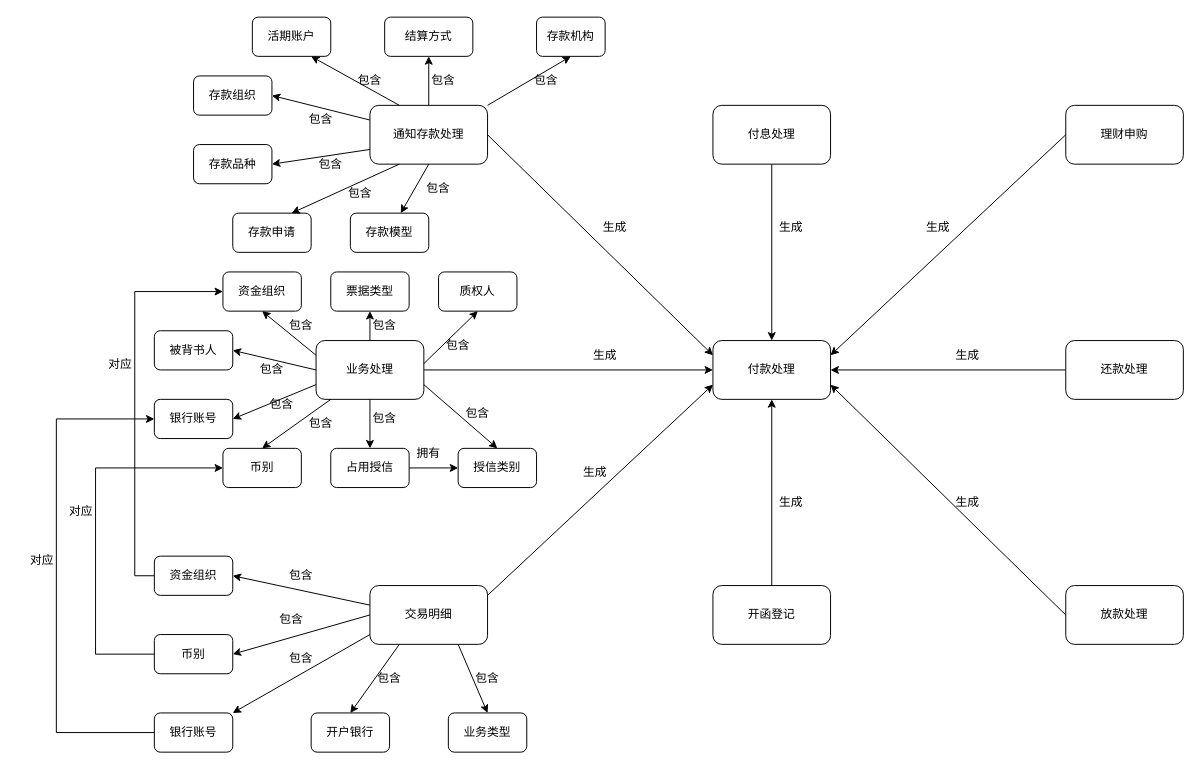
Alphathur/diagram keeps this draw.io diagram as 概念模型2.drawio. Above is the earlier version. Source tidied: cells renumbered, new cells numbered last; positions are measured from the earlier drawing's top-left corner, leaving out a move shared by most shapes. Both pictures are drawn from the tidied source at 98%, with x=0, y=0 at pixel (17, 17).
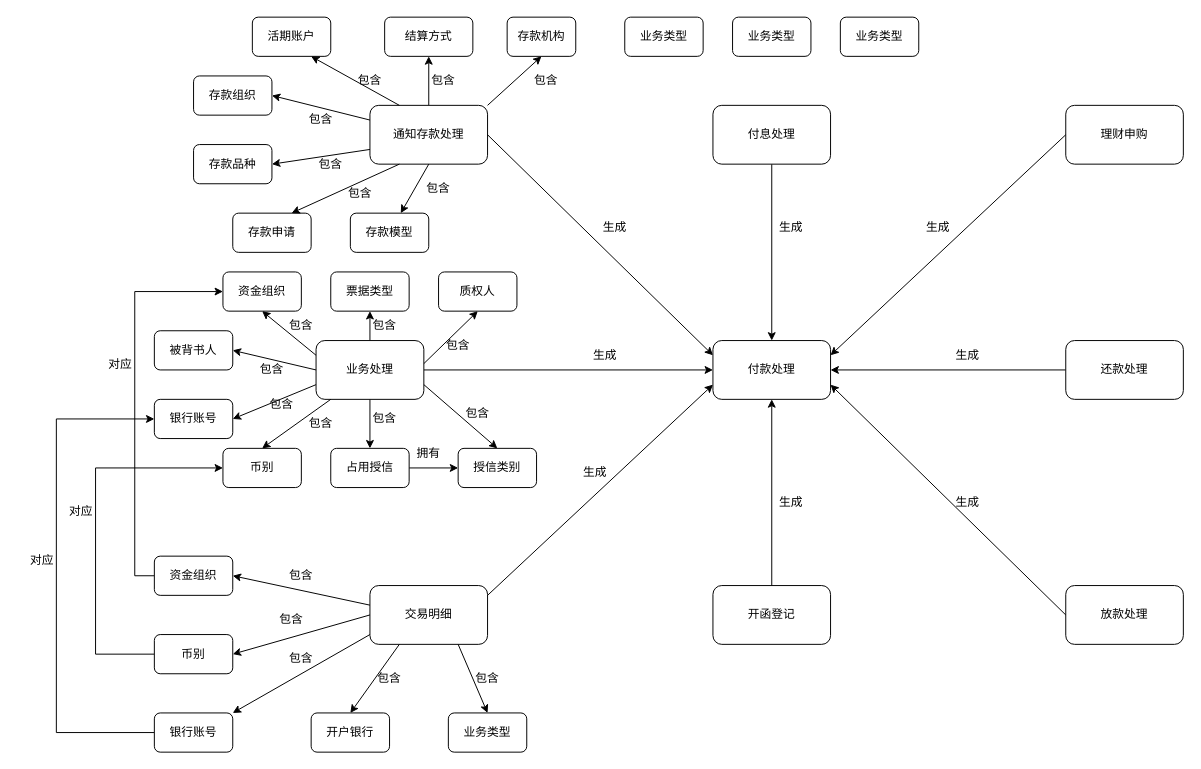
After the change.

Commit message (it also covers changes not shown here):
更新概念模型2.drawio

What changed in the source:
```diff
@@
     <mxCell id="36" value="存款机构" style="rounded=1;whiteSpace=wrap;html=1;" parent="1" vertex="1">
-      <mxGeometry x="530" width="70" height="40" as="geometry" />
+      <mxGeometry x="500" width="70" height="40" as="geometry" />
     </mxCell>
@@
+    <mxCell id="95" value="业务类型" style="rounded=1;whiteSpace=wrap;html=1;" parent="1" vertex="1">
+      <mxGeometry x="620" width="80" height="40" as="geometry" />
+    </mxCell>
+    <mxCell id="96" value="业务类型" style="rounded=1;whiteSpace=wrap;html=1;" parent="1" vertex="1">
+      <mxGeometry x="730" width="80" height="40" as="geometry" />
+    </mxCell>
+    <mxCell id="97" value="业务类型" style="rounded=1;whiteSpace=wrap;html=1;" parent="1" vertex="1">
+      <mxGeometry x="840" width="80" height="40" as="geometry" />
+    </mxCell>
```
